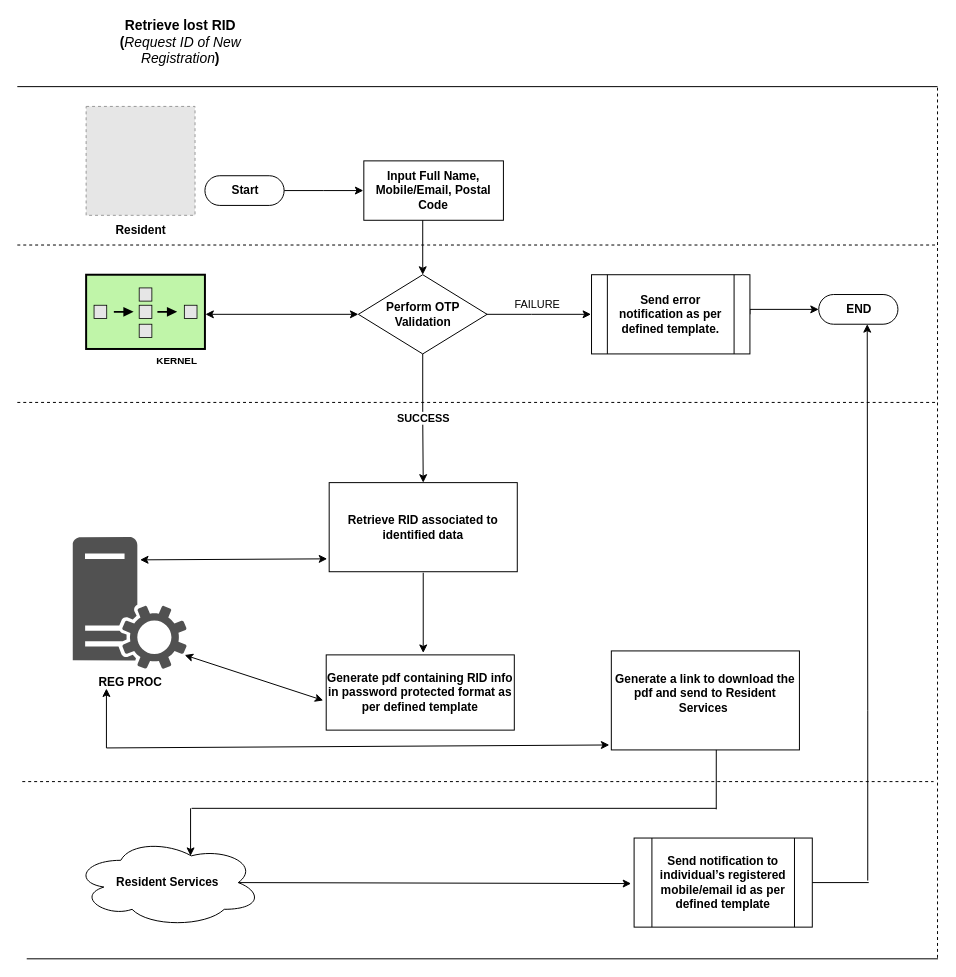
This is page "MOS-23856" (4 of 12) of _files/requirements/final_process_flows/Resident Service.drawio from ssenmosip/mosip-temp-documentation, a draw.io file, before an edit. Source tidied: cells renumbered, new cells numbered last; positions are measured from the earlier drawing's top-left corner, leaving out a move shared by most shapes. Both pictures are drawn from the tidied source at 99%, with x=0, y=0 at pixel (17, 17). Pictures stored in the file or linked from it are replaced by grey dashed boxes.
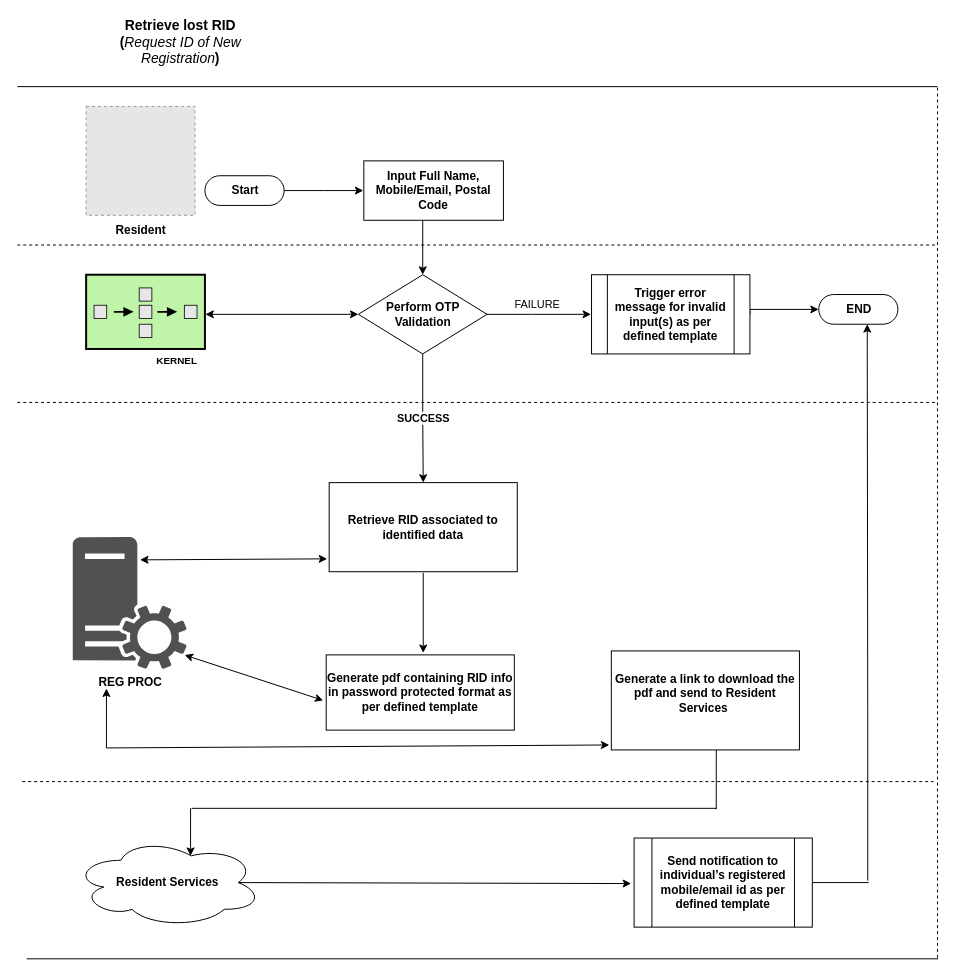
After the change.

The edit, as a diff of the source:
```diff
@@
-    <mxCell id="13" value="&lt;b style=&quot;white-space: normal&quot;&gt;Send error notification as per defined template.&lt;/b&gt;" style="shape=process;whiteSpace=wrap;html=1;backgroundOutline=1;" parent="1" vertex="1">
+    <mxCell id="13" value="&lt;b&gt;Trigger error message for invalid input(s) as per defined template&lt;/b&gt;" style="shape=process;whiteSpace=wrap;html=1;backgroundOutline=1;" parent="1" vertex="1">
       <mxGeometry x="580" y="260" width="160" height="80" as="geometry" />
     </mxCell>
```
